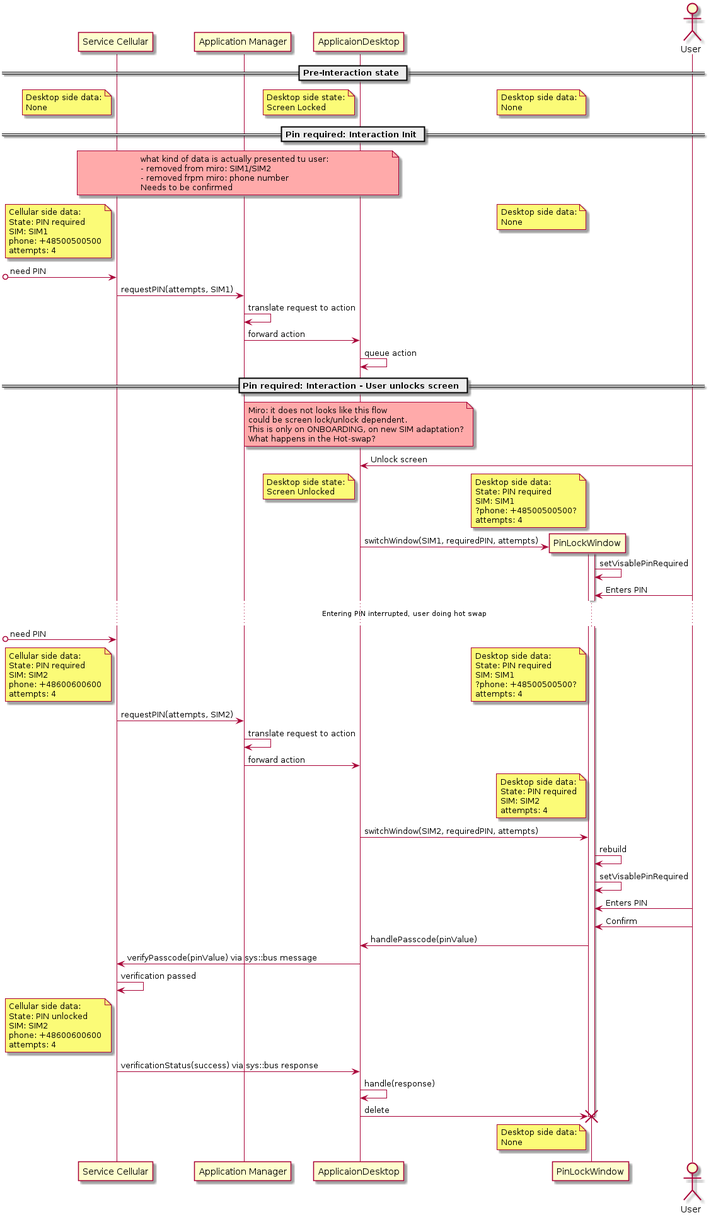
Before: module-apps/application-desktop/doc/appdesktop_pinflow_hotswap.png, a diagram exported from PlantUML (mudita/MuditaOS).
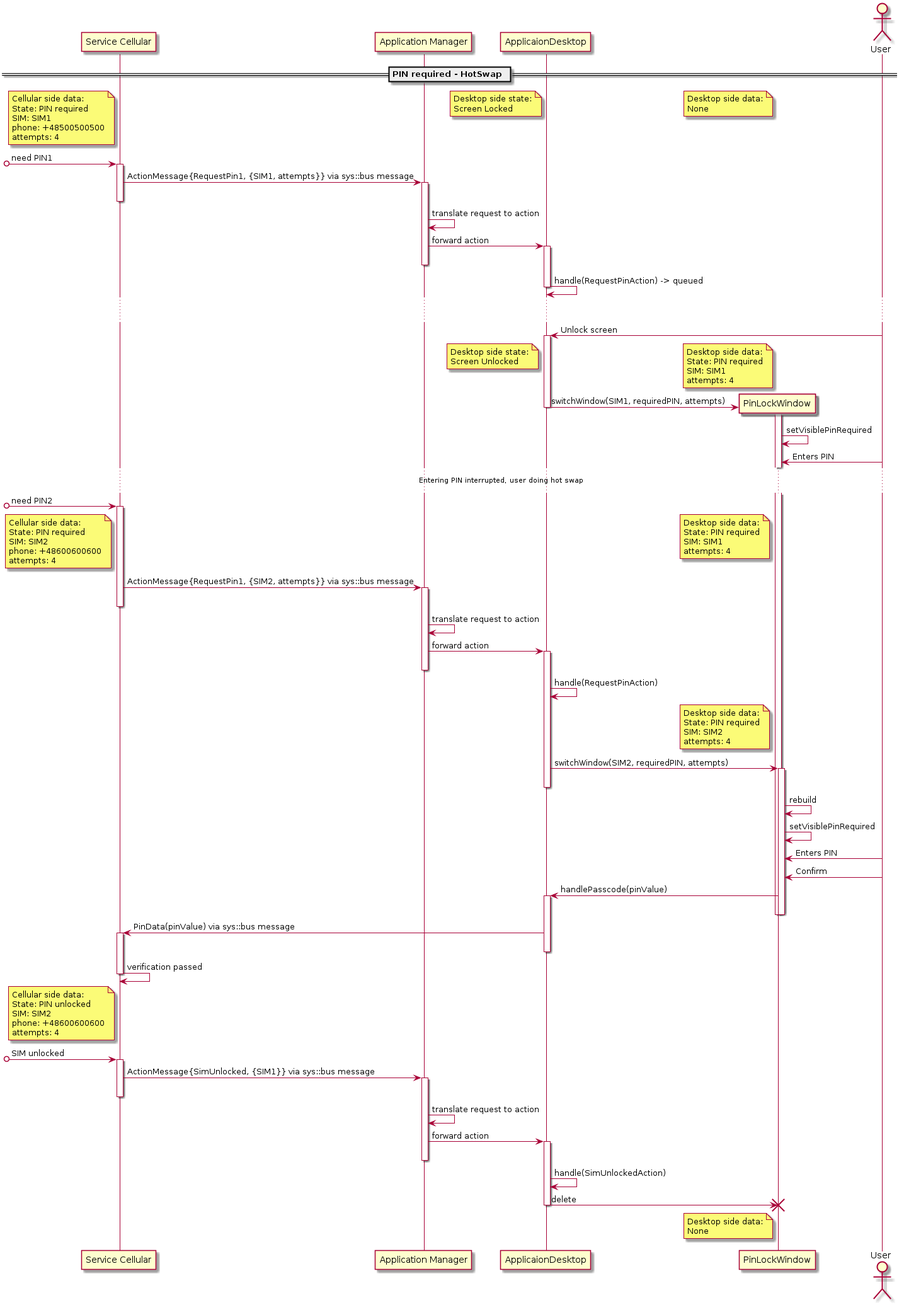
Above is the later version.

What changed in the source:
```diff
@@ -6,29 +6,7 @@
 participant "PinLockWindow" as pinwin
 actor User
 
-    == Pre-Interaction state ==
-!pragma teoz true
-note left of srvclr
-    Desktop side data:
-    None
-end note
-/ note left of pinwin
-    Desktop side data:
-    None
-end note
-/ note left of appdsktp
-    Desktop side state:
-    Screen Locked
-end note
-
-
-    == Pin required: Interaction Init ==
-note over srvclr, appdsktp #FFAAAA
-    what kind of data is actually presented tu user:
-    - removed from miro: SIM1/SIM2
-    - removed frpm miro: phone number
-    Needs to be confirmed
-end note
+    == PIN required - HotSwap ==
 
 note left of srvclr
     Cellular side data:
@@ -37,47 +15,52 @@
     phone: +48500500500
     attempts: 4
 end note
+/ note left of appdsktp
+    Desktop side state:
+    Screen Locked
+end note
 / note left of pinwin
     Desktop side data:
     None
 end note
 
-[o->srvclr : need PIN
-
-srvclr -> appmgr : requestPIN(attempts, SIM1)
+[o->srvclr : need PIN1
+activate srvclr
+srvclr -> appmgr : ActionMessage{RequestPin1, {SIM1, attempts}} via sys::bus message
+    activate appmgr
+deactivate srvclr
     appmgr -> appmgr : translate request to action
     appmgr -> appdsktp : forward action
-        appdsktp -> appdsktp : queue action
+        activate appdsktp
+    deactivate appmgr
+        appdsktp -> appdsktp : handle(RequestPinAction) -> queued
+        deactivate appdsktp
 
+        ... ...
+        appdsktp <- User : Unlock screen
+        activate appdsktp
 
-    == Pin required: Interaction - User unlocks screen ==
-note over appdsktp #FFAAAA
-    Miro: it does not looks like this flow
-    could be screen lock/unlock dependent.
-    This is only on ONBOARDING, on new SIM adaptation?
-    What happens in the Hot-swap?
-end note
-
-        appdsktp <- User : Unlock screen
 note left of pinwin
     Desktop side data:
     State: PIN required
     SIM: SIM1
-    ?phone: +48500500500?
     attempts: 4
 end note
 / note left of appdsktp
     Desktop side state:
     Screen Unlocked
 end note
+
         appdsktp -> pinwin ** : switchWindow(SIM1, requiredPIN, attempts)
             activate pinwin
-            pinwin -> pinwin : setVisablePinRequired
+        deactivate appdsktp
+            pinwin -> pinwin : setVisiblePinRequired
 
             pinwin <- User : Enters PIN
             ... Entering PIN interrupted, user doing hot swap ...
 
-[o->srvclr : need PIN
+[o->srvclr : need PIN2
+activate srvclr
 
 note left of srvclr
     Cellular side data:
@@ -90,13 +73,18 @@
     Desktop side data:
     State: PIN required
     SIM: SIM1
-    ?phone: +48500500500?
     attempts: 4
 end note
 
-srvclr -> appmgr : requestPIN(attempts, SIM2)
+srvclr -> appmgr : ActionMessage{RequestPin1, {SIM2, attempts}} via sys::bus message
+    activate appmgr
+deactivate srvclr
     appmgr -> appmgr : translate request to action
     appmgr -> appdsktp : forward action
+        activate appdsktp
+    deactivate appmgr
+        appdsktp -> appdsktp : handle(RequestPinAction)
+
 note left of pinwin
     Desktop side data:
     State: PIN required
@@ -104,13 +92,22 @@
     attempts: 4
 end note
         appdsktp -> pinwin : switchWindow(SIM2, requiredPIN, attempts)
+            activate pinwin
+        deactivate appdsktp
             pinwin -> pinwin : rebuild
-            pinwin -> pinwin : setVisablePinRequired
+            pinwin -> pinwin : setVisiblePinRequired
             pinwin <- User : Enters PIN
             pinwin <- User : Confirm
         appdsktp <- pinwin : handlePasscode(pinValue)
-srvclr <- appdsktp : verifyPasscode(pinValue) via sys::bus message
+        activate appdsktp
+            deactivate pinwin
+            deactivate pinwin
+srvclr <- appdsktp : PinData(pinValue) via sys::bus message
+activate srvclr
+        deactivate appdsktp
 srvclr -> srvclr : verification passed
+deactivate srvclr
+
 note left of srvclr
     Cellular side data:
     State: PIN unlocked
@@ -118,9 +115,19 @@
     phone: +48600600600
     attempts: 4
 end note
-srvclr -> appdsktp : verificationStatus(success) via sys::bus response
-        appdsktp -> appdsktp : handle(response)
+
+[o->srvclr : SIM unlocked
+activate srvclr
+srvclr -> appmgr : ActionMessage{SimUnlocked, {SIM1}} via sys::bus message
+    activate appmgr
+deactivate srvclr
+    appmgr -> appmgr : translate request to action
+    appmgr -> appdsktp : forward action
+        activate appdsktp
+    deactivate appmgr
+        appdsktp -> appdsktp : handle(SimUnlockedAction)
         appdsktp -> pinwin !! : delete
+        deactivate appdsktp
 note left of pinwin
     Desktop side data:
     None
```
